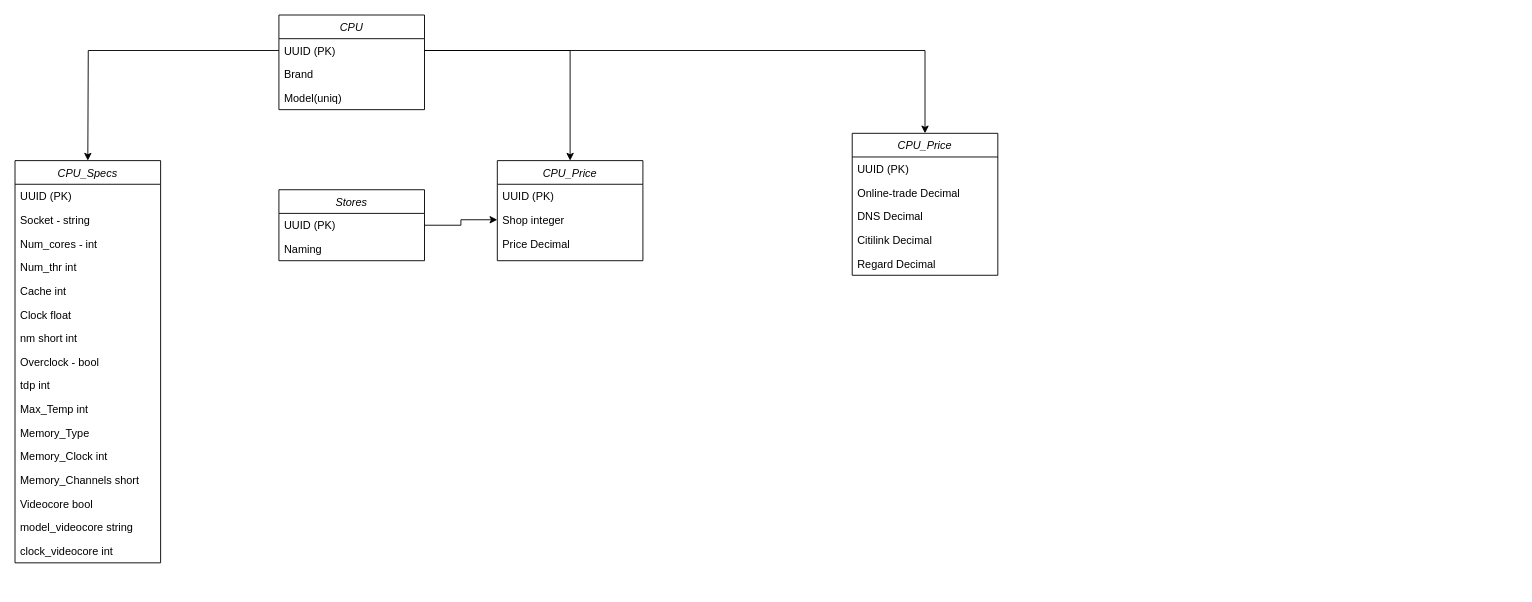
Before: backend/db_schemas.drawio in Vexrina/NewCatalog, a draw.io diagram. Source tidied: cells renumbered, new cells numbered last; positions are measured from the earlier drawing's top-left corner, leaving out a move shared by most shapes. Both pictures are drawn from the tidied source at 91%, with x=0, y=0 at pixel (15, 15).
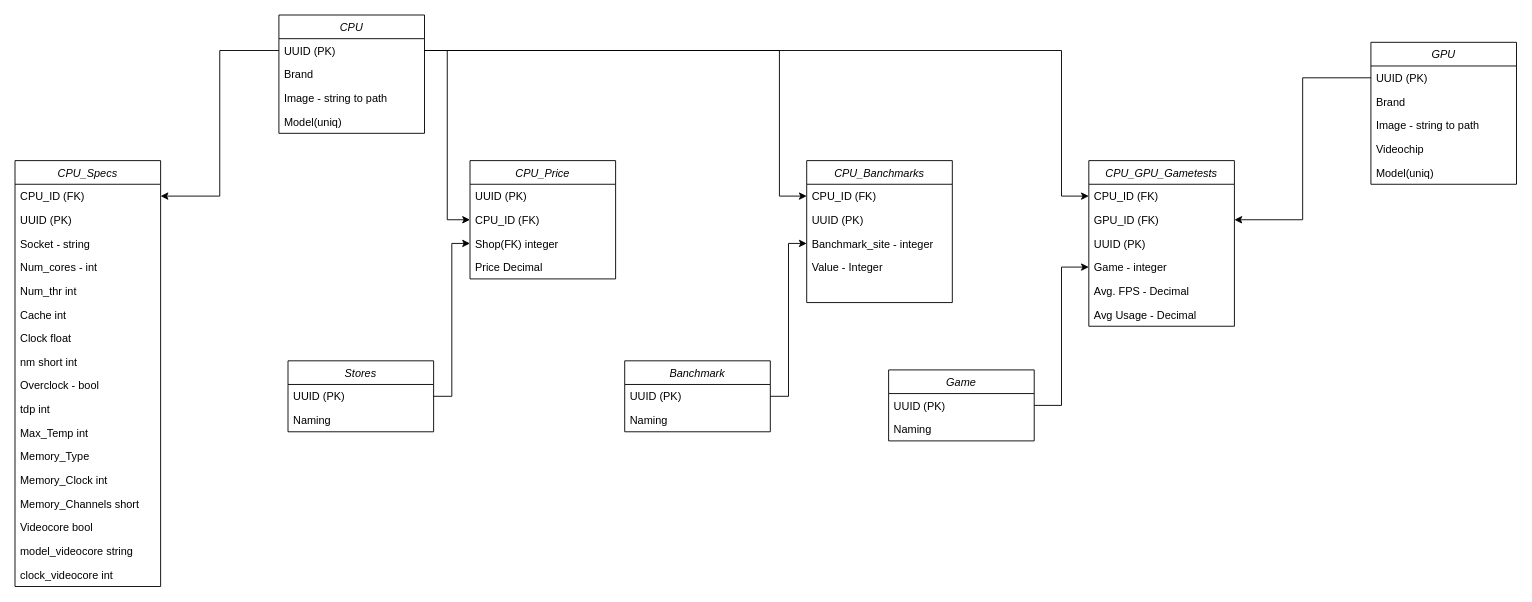
Above is the later version.

The change refers to these unchanged cells:
```xml
<mxCell id="4" value="UUID (PK)" style="text;align=left;verticalAlign=top;spacingLeft=4;spacingRight=4;overflow=hidden;points=[[0,0.5],[1,0.5]];portConstraint=eastwest;" parent="2" vertex="1">
  <mxGeometry y="26" width="160" height="26" as="geometry" />
</mxCell>
```

What changed in the source:
```diff
@@
     <mxCell id="2" value="CPU" style="swimlane;fontStyle=2;align=center;verticalAlign=top;horizontal=1;startSize=26;rounded=0;shadow=0;strokeWidth=1;" parent="1" vertex="1">
-      <mxGeometry x="290" width="160" height="104" as="geometry" />
+      <mxGeometry x="290" width="160" height="130" as="geometry" />
     </mxCell>
-    <mxCell id="3" style="edgeStyle=orthogonalEdgeStyle;rounded=0;jettySize=auto;html=1;" parent="2" edge="1" source="4">
-      <mxGeometry relative="1" as="geometry">
-        <mxPoint x="-210" y="160" as="targetPoint" />
-      </mxGeometry>
-    </mxCell>
@@
+    <mxCell id="40" value="Image - string to path" style="text;align=left;verticalAlign=top;spacingLeft=4;spacingRight=4;overflow=hidden;rounded=0;shadow=0;html=0;" parent="2" vertex="1">
+      <mxGeometry y="78" width="160" height="26" as="geometry" />
+    </mxCell>
     <mxCell id="6" value="Model(uniq)" style="text;align=left;verticalAlign=top;spacingLeft=4;spacingRight=4;overflow=hidden;rounded=0;shadow=0;html=0;" parent="2" vertex="1">
-      <mxGeometry y="78" width="160" height="26" as="geometry" />
+      <mxGeometry y="104" width="160" height="26" as="geometry" />
     </mxCell>
     <mxCell id="7" value="CPU_Specs" style="swimlane;fontStyle=2;align=center;verticalAlign=top;horizontal=1;startSize=26;rounded=0;shadow=0;strokeWidth=1;" parent="1" vertex="1">
-      <mxGeometry y="160" width="160" height="442" as="geometry" />
+      <mxGeometry y="160" width="160" height="468" as="geometry" />
     </mxCell>
-    <mxCell id="8" value="UUID (PK)" style="text;align=left;verticalAlign=top;spacingLeft=4;spacingRight=4;overflow=hidden;points=[[0,0.5],[1,0.5]];portConstraint=eastwest;" parent="7" vertex="1">
+    <mxCell id="8" value="CPU_ID (FK)" style="text;align=left;verticalAlign=top;spacingLeft=4;spacingRight=4;overflow=hidden;points=[[0,0.5],[1,0.5]];portConstraint=eastwest;" parent="7" vertex="1">
       <mxGeometry y="26" width="160" height="26" as="geometry" />
     </mxCell>
+    <mxCell id="41" value="UUID (PK)" style="text;align=left;verticalAlign=top;spacingLeft=4;spacingRight=4;overflow=hidden;" parent="7" vertex="1">
+      <mxGeometry y="52" width="160" height="26" as="geometry" />
+    </mxCell>
     <mxCell id="9" value="Socket - string" style="text;align=left;verticalAlign=top;spacingLeft=4;spacingRight=4;overflow=hidden;rounded=0;shadow=0;html=0;" parent="7" vertex="1">
-      <mxGeometry y="52" width="160" height="26" as="geometry" />
+      <mxGeometry y="78" width="160" height="26" as="geometry" />
     </mxCell>
     <mxCell id="10" value="Num_cores - int" style="text;align=left;verticalAlign=top;spacingLeft=4;spacingRight=4;overflow=hidden;rounded=0;shadow=0;html=0;" parent="7" vertex="1">
-      <mxGeometry y="78" width="160" height="26" as="geometry" />
+      <mxGeometry y="104" width="160" height="26" as="geometry" />
     </mxCell>
     <mxCell id="11" value="Num_thr int" style="text;align=left;verticalAlign=top;spacingLeft=4;spacingRight=4;overflow=hidden;rounded=0;shadow=0;html=0;" parent="7" vertex="1">
-      <mxGeometry y="104" width="160" height="26" as="geometry" />
+      <mxGeometry y="130" width="160" height="26" as="geometry" />
     </mxCell>
     <mxCell id="12" value="Cache int" style="text;align=left;verticalAlign=top;spacingLeft=4;spacingRight=4;overflow=hidden;rounded=0;shadow=0;html=0;" parent="7" vertex="1">
-      <mxGeometry y="130" width="160" height="26" as="geometry" />
+      <mxGeometry y="156" width="160" height="26" as="geometry" />
     </mxCell>
     <mxCell id="13" value="Clock float" style="text;align=left;verticalAlign=top;spacingLeft=4;spacingRight=4;overflow=hidden;rounded=0;shadow=0;html=0;" parent="7" vertex="1">
-      <mxGeometry y="156" width="160" height="26" as="geometry" />
+      <mxGeometry y="182" width="160" height="26" as="geometry" />
     </mxCell>
     <mxCell id="14" value="nm short int" style="text;align=left;verticalAlign=top;spacingLeft=4;spacingRight=4;overflow=hidden;rounded=0;shadow=0;html=0;" parent="7" vertex="1">
-      <mxGeometry y="182" width="160" height="26" as="geometry" />
+      <mxGeometry y="208" width="160" height="26" as="geometry" />
     </mxCell>
     <mxCell id="15" value="Overclock - bool" style="text;align=left;verticalAlign=top;spacingLeft=4;spacingRight=4;overflow=hidden;rounded=0;shadow=0;html=0;" parent="7" vertex="1">
-      <mxGeometry y="208" width="160" height="26" as="geometry" />
+      <mxGeometry y="234" width="160" height="26" as="geometry" />
     </mxCell>
     <mxCell id="16" value="tdp int" style="text;align=left;verticalAlign=top;spacingLeft=4;spacingRight=4;overflow=hidden;rounded=0;shadow=0;html=0;" parent="7" vertex="1">
-      <mxGeometry y="234" width="160" height="26" as="geometry" />
+      <mxGeometry y="260" width="160" height="26" as="geometry" />
     </mxCell>
     <mxCell id="17" value="Max_Temp int" style="text;align=left;verticalAlign=top;spacingLeft=4;spacingRight=4;overflow=hidden;rounded=0;shadow=0;html=0;" parent="7" vertex="1">
-      <mxGeometry y="260" width="160" height="26" as="geometry" />
+      <mxGeometry y="286" width="160" height="26" as="geometry" />
     </mxCell>
     <mxCell id="18" value="Memory_Type " style="text;align=left;verticalAlign=top;spacingLeft=4;spacingRight=4;overflow=hidden;rounded=0;shadow=0;html=0;" parent="7" vertex="1">
-      <mxGeometry y="286" width="160" height="26" as="geometry" />
+      <mxGeometry y="312" width="160" height="26" as="geometry" />
     </mxCell>
     <mxCell id="19" value="Memory_Clock int" style="text;align=left;verticalAlign=top;spacingLeft=4;spacingRight=4;overflow=hidden;rounded=0;shadow=0;html=0;" parent="7" vertex="1">
-      <mxGeometry y="312" width="160" height="26" as="geometry" />
+      <mxGeometry y="338" width="160" height="26" as="geometry" />
     </mxCell>
     <mxCell id="20" value="Memory_Channels short" style="text;align=left;verticalAlign=top;spacingLeft=4;spacingRight=4;overflow=hidden;rounded=0;shadow=0;html=0;" parent="7" vertex="1">
-      <mxGeometry y="338" width="160" height="26" as="geometry" />
+      <mxGeometry y="364" width="160" height="26" as="geometry" />
     </mxCell>
     <mxCell id="21" value="Videocore bool" style="text;align=left;verticalAlign=top;spacingLeft=4;spacingRight=4;overflow=hidden;rounded=0;shadow=0;html=0;" parent="7" vertex="1">
-      <mxGeometry y="364" width="160" height="26" as="geometry" />
+      <mxGeometry y="390" width="160" height="26" as="geometry" />
     </mxCell>
     <mxCell id="22" value="model_videocore string" style="text;align=left;verticalAlign=top;spacingLeft=4;spacingRight=4;overflow=hidden;rounded=0;shadow=0;html=0;" parent="7" vertex="1">
-      <mxGeometry y="390" width="160" height="26" as="geometry" />
+      <mxGeometry y="416" width="160" height="26" as="geometry" />
     </mxCell>
     <mxCell id="23" value="clock_videocore int" style="text;align=left;verticalAlign=top;spacingLeft=4;spacingRight=4;overflow=hidden;rounded=0;shadow=0;html=0;" parent="7" vertex="1">
-      <mxGeometry y="416" width="160" height="26" as="geometry" />
+      <mxGeometry y="442" width="160" height="26" as="geometry" />
     </mxCell>
-    <mxCell id="24" value="CPU_Price" style="swimlane;fontStyle=2;align=center;verticalAlign=top;horizontal=1;startSize=26;rounded=0;shadow=0;strokeWidth=1;" parent="1" vertex="1">
-      <mxGeometry x="920" y="130" width="160" height="156" as="geometry" />
-    </mxCell>
-    <mxCell id="25" value="UUID (PK)" style="text;align=left;verticalAlign=top;spacingLeft=4;spacingRight=4;overflow=hidden;" parent="24" vertex="1">
-      <mxGeometry y="26" width="160" height="26" as="geometry" />
-    </mxCell>
-    <mxCell id="26" value="Online-trade Decimal" style="text;align=left;verticalAlign=top;spacingLeft=4;spacingRight=4;overflow=hidden;rounded=0;shadow=0;html=0;" parent="24" vertex="1">
-      <mxGeometry y="52" width="160" height="26" as="geometry" />
-    </mxCell>
-    <mxCell id="27" value="DNS Decimal" style="text;align=left;verticalAlign=top;spacingLeft=4;spacingRight=4;overflow=hidden;rounded=0;shadow=0;html=0;" parent="24" vertex="1">
-      <mxGeometry y="78" width="160" height="26" as="geometry" />
-    </mxCell>
-    <mxCell id="28" value="Citilink Decimal" style="text;align=left;verticalAlign=top;spacingLeft=4;spacingRight=4;overflow=hidden;rounded=0;shadow=0;html=0;" parent="24" vertex="1">
-      <mxGeometry y="104" width="160" height="26" as="geometry" />
-    </mxCell>
-    <mxCell id="29" value="Regard Decimal" style="text;align=left;verticalAlign=top;spacingLeft=4;spacingRight=4;overflow=hidden;rounded=0;shadow=0;html=0;" parent="24" vertex="1">
-      <mxGeometry y="130" width="160" height="26" as="geometry" />
-    </mxCell>
-    <mxCell id="30" style="edgeStyle=orthogonalEdgeStyle;rounded=0;jettySize=auto;html=1;entryX=0.5;entryY=0;entryDx=0;entryDy=0;" parent="1" edge="1" source="4" target="24">
-      <mxGeometry relative="1" as="geometry">
-        <Array as="points">
-          <mxPoint x="1000" y="39" />
-        </Array>
-      </mxGeometry>
-    </mxCell>
     <mxCell id="31" value="CPU_Price" style="swimlane;fontStyle=2;align=center;verticalAlign=top;horizontal=1;startSize=26;rounded=0;shadow=0;strokeWidth=1;" parent="1" vertex="1">
-      <mxGeometry x="530" y="160" width="160" height="110" as="geometry" />
+      <mxGeometry x="500" y="160" width="160" height="130" as="geometry" />
     </mxCell>
-    <mxCell id="32" value="UUID (PK)" style="text;align=left;verticalAlign=top;spacingLeft=4;spacingRight=4;overflow=hidden;" parent="31" vertex="1">
-      <mxGeometry y="26" width="160" height="26" as="geometry" />
-    </mxCell>
+    <mxCell id="42" value="UUID (PK)" style="text;align=left;verticalAlign=top;spacingLeft=4;spacingRight=4;overflow=hidden;" parent="31" vertex="1">
+      <mxGeometry y="26" width="160" height="26" as="geometry" />
+    </mxCell>
+    <mxCell id="43" value="CPU_ID (FK)" style="text;align=left;verticalAlign=top;spacingLeft=4;spacingRight=4;overflow=hidden;points=[[0,0.5],[1,0.5]];portConstraint=eastwest;" parent="31" vertex="1">
+      <mxGeometry y="52" width="160" height="26" as="geometry" />
+    </mxCell>
-    <mxCell id="33" value="Shop integer" style="text;align=left;verticalAlign=top;spacingLeft=4;spacingRight=4;overflow=hidden;points=[[0,0.5],[1,0.5]];portConstraint=eastwest;rounded=0;shadow=0;html=0;" parent="31" vertex="1">
-      <mxGeometry y="52" width="160" height="26" as="geometry" />
+    <mxCell id="33" value="Shop(FK) integer" style="text;align=left;verticalAlign=top;spacingLeft=4;spacingRight=4;overflow=hidden;points=[[0,0.5],[1,0.5]];portConstraint=eastwest;rounded=0;shadow=0;html=0;" parent="31" vertex="1">
+      <mxGeometry y="78" width="160" height="26" as="geometry" />
     </mxCell>
     <mxCell id="34" value="Price Decimal" style="text;align=left;verticalAlign=top;spacingLeft=4;spacingRight=4;overflow=hidden;rounded=0;shadow=0;html=0;" parent="31" vertex="1">
-      <mxGeometry y="78" width="160" height="26" as="geometry" />
+      <mxGeometry y="104" width="160" height="26" as="geometry" />
     </mxCell>
     <mxCell id="35" value="Stores" style="swimlane;fontStyle=2;align=center;verticalAlign=top;horizontal=1;startSize=26;rounded=0;shadow=0;strokeWidth=1;" parent="1" vertex="1">
-      <mxGeometry x="290" y="192" width="160" height="78" as="geometry" />
+      <mxGeometry x="300" y="380" width="160" height="78" as="geometry" />
     </mxCell>
@@
+    <mxCell id="44" value="CPU_Banchmarks" style="swimlane;fontStyle=2;align=center;verticalAlign=top;horizontal=1;startSize=26;rounded=0;shadow=0;strokeWidth=1;" parent="1" vertex="1">
+      <mxGeometry x="870" y="160" width="160" height="156" as="geometry" />
+    </mxCell>
+    <mxCell id="45" value="CPU_ID (FK)" style="text;align=left;verticalAlign=top;spacingLeft=4;spacingRight=4;overflow=hidden;" parent="44" vertex="1">
+      <mxGeometry y="26" width="160" height="26" as="geometry" />
+    </mxCell>
+    <mxCell id="46" value="UUID (PK)" style="text;align=left;verticalAlign=top;spacingLeft=4;spacingRight=4;overflow=hidden;" parent="44" vertex="1">
+      <mxGeometry y="52" width="160" height="26" as="geometry" />
+    </mxCell>
+    <mxCell id="47" value="Banchmark_site - integer" style="text;align=left;verticalAlign=top;spacingLeft=4;spacingRight=4;overflow=hidden;points=[[0,0.5],[1,0.5]];portConstraint=eastwest;rounded=0;shadow=0;html=0;" parent="44" vertex="1">
+      <mxGeometry y="78" width="160" height="26" as="geometry" />
+    </mxCell>
+    <mxCell id="48" value="Value - Integer" style="text;align=left;verticalAlign=top;spacingLeft=4;spacingRight=4;overflow=hidden;rounded=0;shadow=0;html=0;" parent="44" vertex="1">
+      <mxGeometry y="104" width="160" height="26" as="geometry" />
+    </mxCell>
+    <mxCell id="49" style="edgeStyle=orthogonalEdgeStyle;rounded=0;jettySize=auto;html=1;entryX=1;entryY=0.5;entryDx=0;entryDy=0;" parent="1" edge="1" source="4" target="8">
+      <mxGeometry relative="1" as="geometry" />
+    </mxCell>
+    <mxCell id="50" style="edgeStyle=orthogonalEdgeStyle;rounded=0;jettySize=auto;html=1;exitX=1;exitY=0.5;exitDx=0;exitDy=0;entryX=0;entryY=0.5;entryDx=0;entryDy=0;" parent="1" edge="1" source="4">
+      <mxGeometry relative="1" as="geometry">
+        <mxPoint x="870" y="199" as="targetPoint" />
+        <Array as="points">
+          <mxPoint x="840" y="39" />
+          <mxPoint x="840" y="199" />
+        </Array>
+      </mxGeometry>
+    </mxCell>
+    <mxCell id="51" value="Banchmark" style="swimlane;fontStyle=2;align=center;verticalAlign=top;horizontal=1;startSize=26;rounded=0;shadow=0;strokeWidth=1;" parent="1" vertex="1">
+      <mxGeometry x="670" y="380" width="160" height="78" as="geometry" />
+    </mxCell>
+    <mxCell id="52" value="UUID (PK)" style="text;align=left;verticalAlign=top;spacingLeft=4;spacingRight=4;overflow=hidden;points=[[0,0.5],[1,0.5]];portConstraint=eastwest;" parent="51" vertex="1">
+      <mxGeometry y="26" width="160" height="26" as="geometry" />
+    </mxCell>
+    <mxCell id="53" value="Naming" style="text;align=left;verticalAlign=top;spacingLeft=4;spacingRight=4;overflow=hidden;rounded=0;shadow=0;html=0;" parent="51" vertex="1">
+      <mxGeometry y="52" width="160" height="26" as="geometry" />
+    </mxCell>
+    <mxCell id="54" style="edgeStyle=orthogonalEdgeStyle;rounded=0;jettySize=auto;html=1;entryX=0;entryY=0.5;entryDx=0;entryDy=0;" parent="1" edge="1" source="52" target="47">
+      <mxGeometry relative="1" as="geometry" />
+    </mxCell>
+    <mxCell id="55" value="CPU_GPU_Gametests" style="swimlane;fontStyle=2;align=center;verticalAlign=top;horizontal=1;startSize=26;rounded=0;shadow=0;strokeWidth=1;" parent="1" vertex="1">
+      <mxGeometry x="1180" y="160" width="160" height="182" as="geometry" />
+    </mxCell>
+    <mxCell id="56" value="CPU_ID (FK)" style="text;align=left;verticalAlign=top;spacingLeft=4;spacingRight=4;overflow=hidden;points=[[0,0.5],[1,0.5]];portConstraint=eastwest;" parent="55" vertex="1">
+      <mxGeometry y="26" width="160" height="26" as="geometry" />
+    </mxCell>
+    <mxCell id="57" value="GPU_ID (FK)" style="text;align=left;verticalAlign=top;spacingLeft=4;spacingRight=4;overflow=hidden;points=[[0,0.5],[1,0.5]];portConstraint=eastwest;" parent="55" vertex="1">
+      <mxGeometry y="52" width="160" height="26" as="geometry" />
+    </mxCell>
+    <mxCell id="58" value="UUID (PK)" style="text;align=left;verticalAlign=top;spacingLeft=4;spacingRight=4;overflow=hidden;" parent="55" vertex="1">
+      <mxGeometry y="78" width="160" height="26" as="geometry" />
+    </mxCell>
+    <mxCell id="59" value="Game - integer" style="text;align=left;verticalAlign=top;spacingLeft=4;spacingRight=4;overflow=hidden;points=[[0,0.5],[1,0.5]];portConstraint=eastwest;rounded=0;shadow=0;html=0;" parent="55" vertex="1">
+      <mxGeometry y="104" width="160" height="26" as="geometry" />
+    </mxCell>
+    <mxCell id="60" value="Avg. FPS - Decimal" style="text;align=left;verticalAlign=top;spacingLeft=4;spacingRight=4;overflow=hidden;rounded=0;shadow=0;html=0;" parent="55" vertex="1">
+      <mxGeometry y="130" width="160" height="26" as="geometry" />
+    </mxCell>
+    <mxCell id="61" value="Avg Usage - Decimal" style="text;align=left;verticalAlign=top;spacingLeft=4;spacingRight=4;overflow=hidden;rounded=0;shadow=0;html=0;" parent="55" vertex="1">
+      <mxGeometry y="156" width="160" height="26" as="geometry" />
+    </mxCell>
+    <mxCell id="62" value="Game" style="swimlane;fontStyle=2;align=center;verticalAlign=top;horizontal=1;startSize=26;rounded=0;shadow=0;strokeWidth=1;" parent="1" vertex="1">
+      <mxGeometry x="960" y="390" width="160" height="78" as="geometry" />
+    </mxCell>
+    <mxCell id="63" value="UUID (PK)" style="text;align=left;verticalAlign=top;spacingLeft=4;spacingRight=4;overflow=hidden;points=[[0,0.5],[1,0.5]];portConstraint=eastwest;" parent="62" vertex="1">
+      <mxGeometry y="26" width="160" height="26" as="geometry" />
+    </mxCell>
+    <mxCell id="64" value="Naming" style="text;align=left;verticalAlign=top;spacingLeft=4;spacingRight=4;overflow=hidden;rounded=0;shadow=0;html=0;" parent="62" vertex="1">
+      <mxGeometry y="52" width="160" height="26" as="geometry" />
+    </mxCell>
@@
-    <mxCell id="39" style="edgeStyle=orthogonalEdgeStyle;rounded=0;jettySize=auto;html=1;exitX=1;exitY=0.5;exitDx=0;exitDy=0;entryX=0.5;entryY=0;entryDx=0;entryDy=0;" parent="1" edge="1" source="4" target="31">
-      <mxGeometry relative="1" as="geometry" />
-    </mxCell>
+    <mxCell id="65" style="edgeStyle=orthogonalEdgeStyle;rounded=0;jettySize=auto;html=1;entryX=0;entryY=0.5;entryDx=0;entryDy=0;" parent="1" edge="1" source="4" target="43">
+      <mxGeometry relative="1" as="geometry" />
+    </mxCell>
+    <mxCell id="66" style="edgeStyle=orthogonalEdgeStyle;rounded=0;jettySize=auto;html=1;entryX=0;entryY=0.5;entryDx=0;entryDy=0;" parent="1" edge="1" source="63" target="59">
+      <mxGeometry relative="1" as="geometry" />
+    </mxCell>
+    <mxCell id="67" style="edgeStyle=orthogonalEdgeStyle;rounded=0;jettySize=auto;html=1;exitX=1;exitY=0.5;exitDx=0;exitDy=0;entryX=0;entryY=0.5;entryDx=0;entryDy=0;" parent="1" edge="1" source="4" target="56">
+      <mxGeometry relative="1" as="geometry">
+        <Array as="points">
+          <mxPoint x="1150" y="39" />
+          <mxPoint x="1150" y="199" />
+        </Array>
+      </mxGeometry>
+    </mxCell>
+    <mxCell id="68" value="GPU" style="swimlane;fontStyle=2;align=center;verticalAlign=top;horizontal=1;startSize=26;rounded=0;shadow=0;strokeWidth=1;" parent="1" vertex="1">
+      <mxGeometry x="1490" y="30" width="160" height="156" as="geometry" />
+    </mxCell>
+    <mxCell id="69" value="UUID (PK)" style="text;align=left;verticalAlign=top;spacingLeft=4;spacingRight=4;overflow=hidden;points=[[0,0.5],[1,0.5]];portConstraint=eastwest;" parent="68" vertex="1">
+      <mxGeometry y="26" width="160" height="26" as="geometry" />
+    </mxCell>
+    <mxCell id="70" value="Brand" style="text;align=left;verticalAlign=top;spacingLeft=4;spacingRight=4;overflow=hidden;rounded=0;shadow=0;html=0;" parent="68" vertex="1">
+      <mxGeometry y="52" width="160" height="26" as="geometry" />
+    </mxCell>
+    <mxCell id="71" value="Image - string to path" style="text;align=left;verticalAlign=top;spacingLeft=4;spacingRight=4;overflow=hidden;rounded=0;shadow=0;html=0;" parent="68" vertex="1">
+      <mxGeometry y="78" width="160" height="26" as="geometry" />
+    </mxCell>
+    <mxCell id="72" value="Videochip" style="text;align=left;verticalAlign=top;spacingLeft=4;spacingRight=4;overflow=hidden;rounded=0;shadow=0;html=0;" parent="68" vertex="1">
+      <mxGeometry y="104" width="160" height="26" as="geometry" />
+    </mxCell>
+    <mxCell id="73" value="Model(uniq)" style="text;align=left;verticalAlign=top;spacingLeft=4;spacingRight=4;overflow=hidden;rounded=0;shadow=0;html=0;" parent="68" vertex="1">
+      <mxGeometry y="130" width="160" height="26" as="geometry" />
+    </mxCell>
+    <mxCell id="74" style="edgeStyle=orthogonalEdgeStyle;rounded=0;jettySize=auto;html=1;entryX=1;entryY=0.5;entryDx=0;entryDy=0;" parent="1" edge="1" source="69" target="57">
+      <mxGeometry relative="1" as="geometry" />
+    </mxCell>
```
